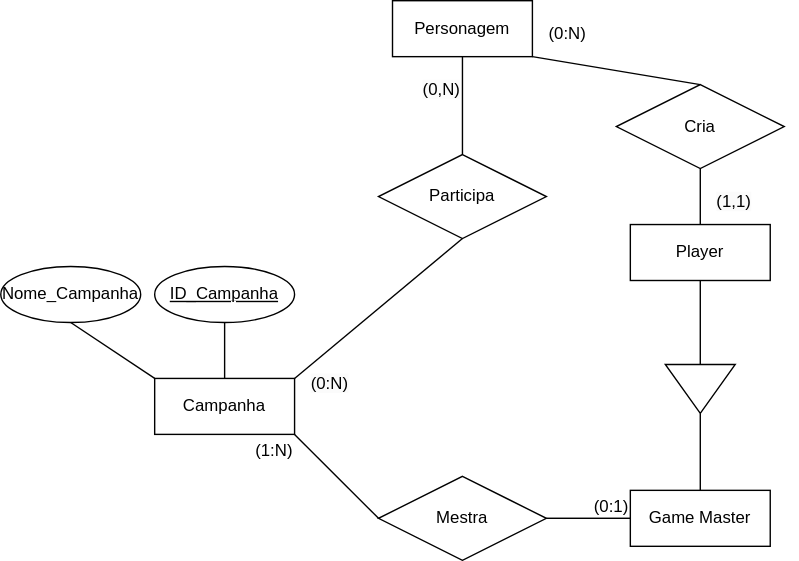
The draw.io diagram Diagrama sem nome.drawio.svg in VitorFonseca123/DnD-RPG, before a commit. Source tidied: cells renumbered, new cells last; positions are measured from the earlier drawing's top-left corner, leaving out a move shared by most shapes.
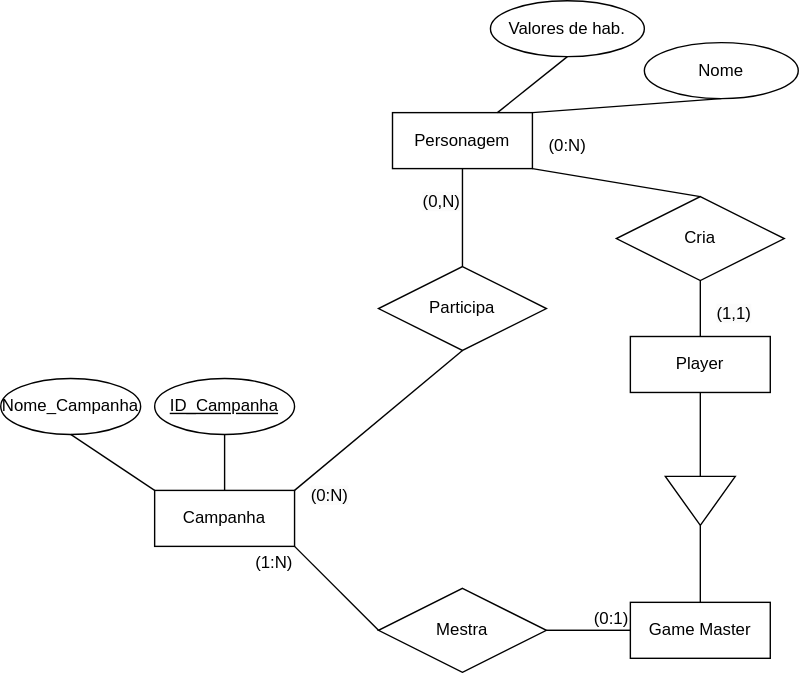
The same file after the commit.

Change to the diagram source:
```diff
@@ -83,5 +83,17 @@
     <mxCell id="28" value="&lt;span style=&quot;color: rgb(0, 0, 0); font-family: Helvetica; font-size: 12px; font-style: normal; font-variant-ligatures: normal; font-variant-caps: normal; font-weight: 400; letter-spacing: normal; orphans: 2; text-align: right; text-indent: 0px; text-transform: none; widows: 2; word-spacing: 0px; -webkit-text-stroke-width: 0px; white-space: nowrap; background-color: rgb(251, 251, 251); text-decoration-thickness: initial; text-decoration-style: initial; text-decoration-color: initial; display: inline !important; float: none;&quot;&gt;(0,N)&lt;/span&gt;" style="text;whiteSpace=wrap;html=1;" parent="1" vertex="1">
       <mxGeometry x="300" y="50" width="60" height="40" as="geometry" />
     </mxCell>
+    <mxCell id="29" value="Valores de hab." style="ellipse;whiteSpace=wrap;html=1;align=center;" parent="1" vertex="1">
+      <mxGeometry x="350" y="-80" width="110" height="40" as="geometry" />
+    </mxCell>
+    <mxCell id="30" value="Nome" style="ellipse;whiteSpace=wrap;html=1;align=center;" parent="1" vertex="1">
+      <mxGeometry x="460" y="-50" width="110" height="40" as="geometry" />
+    </mxCell>
+    <mxCell id="31" style="endArrow=none;html=1;rounded=0;exitX=0.75;exitY=0;exitDx=0;exitDy=0;entryX=0.5;entryY=1;entryDx=0;entryDy=0;" parent="1" edge="1" source="22" target="29">
+      <mxGeometry relative="1" as="geometry" />
+    </mxCell>
+    <mxCell id="32" style="endArrow=none;html=1;rounded=0;exitX=0.5;exitY=1;exitDx=0;exitDy=0;entryX=1;entryY=0;entryDx=0;entryDy=0;" parent="1" edge="1" source="30" target="22">
+      <mxGeometry relative="1" as="geometry" />
+    </mxCell>
   </root>
 </mxGraphModel>
```
